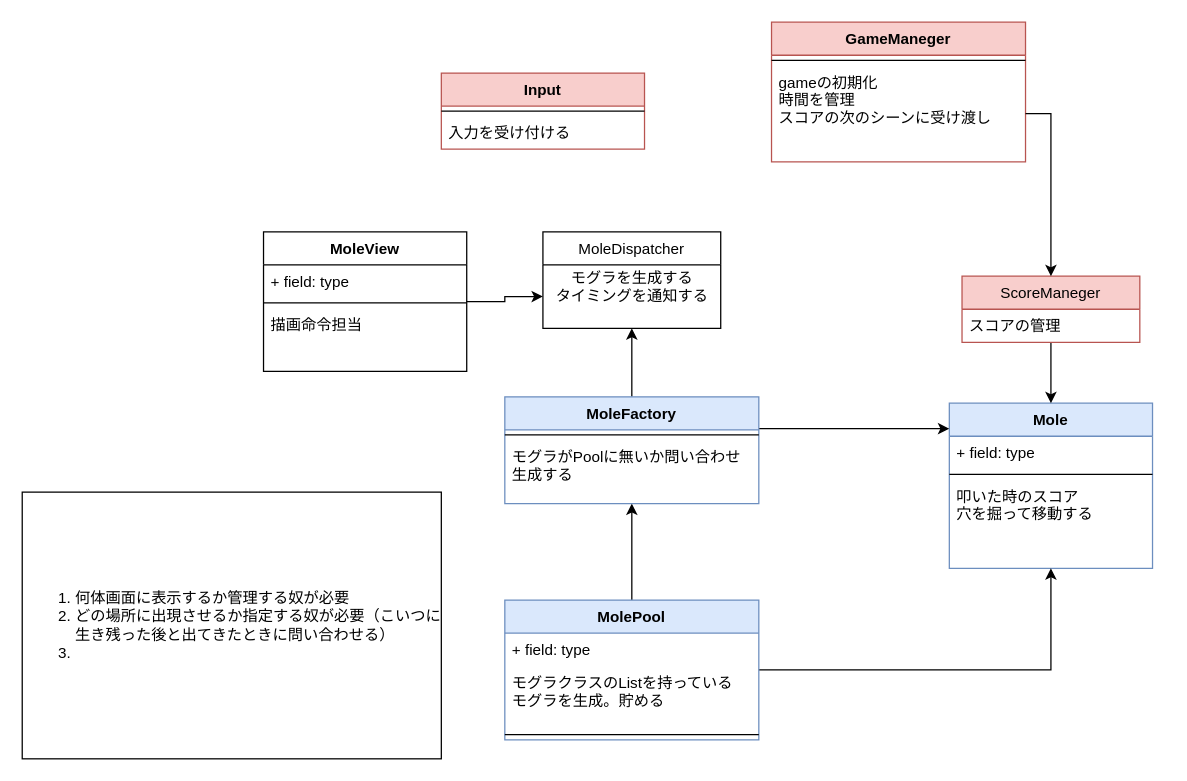
Before: Untitled Diagram.drawio in yanoharuto/Unity1Week, a draw.io diagram. Source tidied: cells renumbered, new cells numbered last; positions are measured from the earlier drawing's top-left corner, leaving out a move shared by most shapes. Both pictures are drawn from the tidied source at 127%, with x=0, y=0 at pixel (22, 22).
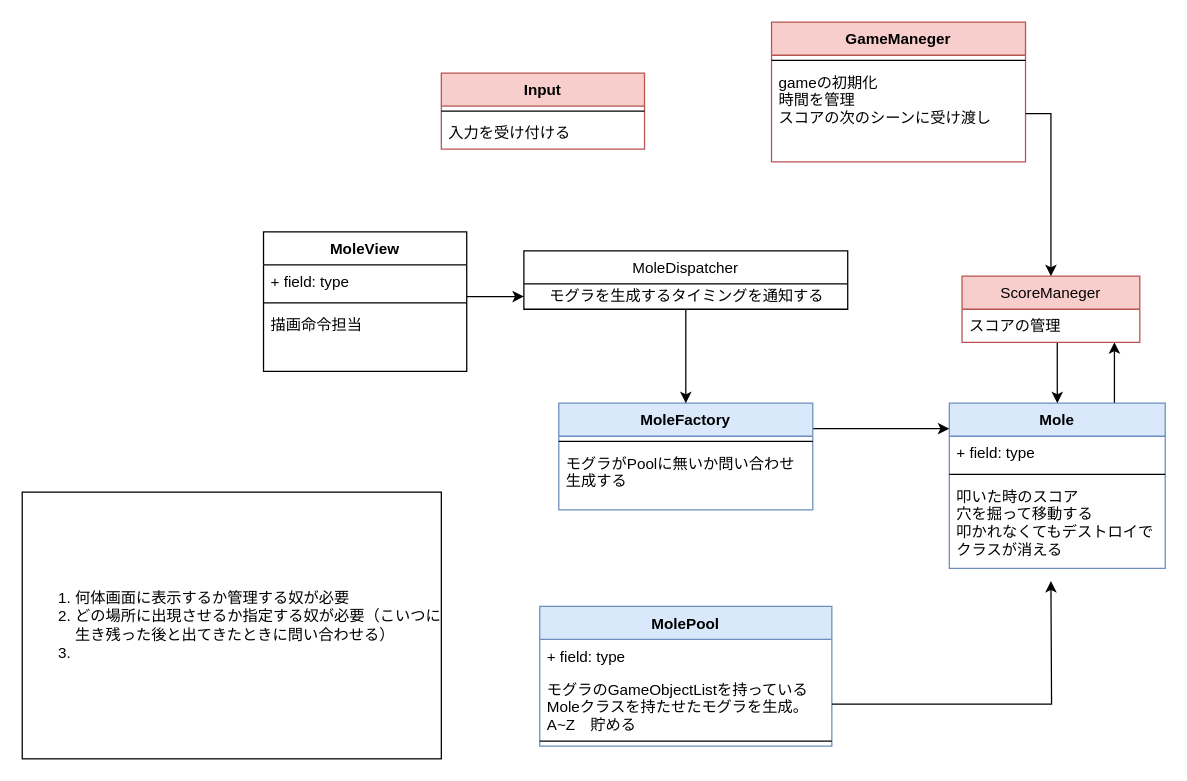
After the change.

The change refers to these unchanged cells:
```xml
<mxCell id="22" value="モグラがPoolに無いか問い合わせ&#10;生成する" style="text;strokeColor=none;fillColor=none;align=left;verticalAlign=top;spacingLeft=4;spacingRight=4;overflow=hidden;points=[[0,0.5],[1,0.5]];portConstraint=eastwest;" parent="20" vertex="1">
  <mxGeometry y="34" width="200" height="50" as="geometry" />
</mxCell>
<mxCell id="24" value="MoleView" style="swimlane;fontStyle=1;align=center;verticalAlign=top;horizontal=1;startSize=26;" parent="1" vertex="1">
  <mxGeometry x="190" y="165" width="160" height="110" as="geometry" />
</mxCell>
<mxCell id="31" value="ScoreManeger" style="swimlane;fontStyle=0;horizontal=1;startSize=26;fillColor=#f8cecc;strokeColor=#b85450;" parent="1" vertex="1">
  <mxGeometry x="740" y="200" width="140" height="52" as="geometry" />
</mxCell>
<mxCell id="32" value="スコアの管理" style="text;strokeColor=none;fillColor=none;align=left;verticalAlign=top;spacingLeft=4;spacingRight=4;overflow=hidden;points=[[0,0.5],[1,0.5]];portConstraint=eastwest;" parent="31" vertex="1">
  <mxGeometry y="26" width="140" height="26" as="geometry" />
</mxCell>
```

Diff of the diagram source:
```diff
@@
+    <mxCell id="35" style="edgeStyle=orthogonalEdgeStyle;rounded=0;jettySize=auto;html=1;" parent="1" edge="1" source="8" target="32">
+      <mxGeometry relative="1" as="geometry">
+        <Array as="points">
+          <mxPoint x="860" y="276" />
+          <mxPoint x="860" y="276" />
+        </Array>
+      </mxGeometry>
+    </mxCell>
     <mxCell id="8" value="Mole" style="swimlane;fontStyle=1;align=center;verticalAlign=top;horizontal=1;startSize=26;fillColor=#dae8fc;strokeColor=#6c8ebf;" parent="1" vertex="1">
-      <mxGeometry x="730" y="300" width="160" height="130" as="geometry" />
+      <mxGeometry x="730" y="300" width="170" height="130" as="geometry" />
     </mxCell>
     <mxCell id="9" value="+ field: type" style="text;strokeColor=none;fillColor=none;align=left;verticalAlign=top;spacingLeft=4;spacingRight=4;overflow=hidden;" parent="8" vertex="1">
-      <mxGeometry y="26" width="160" height="26" as="geometry" />
+      <mxGeometry y="26" width="170" height="26" as="geometry" />
     </mxCell>
     <mxCell id="10" style="line;strokeWidth=1;fillColor=none;align=left;verticalAlign=middle;spacingTop=-1;spacingLeft=3;spacingRight=3;labelPosition=right;" parent="8" vertex="1">
-      <mxGeometry y="52" width="160" height="8" as="geometry" />
+      <mxGeometry y="52" width="170" height="8" as="geometry" />
     </mxCell>
-    <mxCell id="11" value="叩いた時のスコア&#10;穴を掘って移動する" style="text;strokeColor=none;fillColor=none;align=left;verticalAlign=top;spacingLeft=4;spacingRight=4;overflow=hidden;" parent="8" vertex="1">
-      <mxGeometry y="60" width="160" height="70" as="geometry" />
+    <mxCell id="11" value="叩いた時のスコア&#10;穴を掘って移動する&#10;叩かれなくてもデストロイで&#10;クラスが消える" style="text;strokeColor=none;fillColor=none;align=left;verticalAlign=top;spacingLeft=4;spacingRight=4;overflow=hidden;" parent="8" vertex="1">
+      <mxGeometry y="60" width="170" height="70" as="geometry" />
     </mxCell>
-    <mxCell id="12" style="edgeStyle=orthogonalEdgeStyle;rounded=0;jettySize=auto;html=1;entryX=0.5;entryY=1;entryDx=0;entryDy=0;entryPerimeter=0;" parent="1" edge="1" source="14" target="22">
-      <mxGeometry relative="1" as="geometry" />
-    </mxCell>
-    <mxCell id="13" style="edgeStyle=orthogonalEdgeStyle;rounded=0;jettySize=auto;html=1;" parent="1" edge="1" source="14" target="8">
-      <mxGeometry relative="1" as="geometry" />
-    </mxCell>
     <mxCell id="14" value="MolePool" style="swimlane;fontStyle=1;align=center;verticalAlign=top;horizontal=1;startSize=26;fillColor=#dae8fc;strokeColor=#6c8ebf;" parent="1" vertex="1">
-      <mxGeometry x="380" y="455" width="200" height="110" as="geometry" />
+      <mxGeometry x="407.5" y="460" width="230" height="110" as="geometry" />
     </mxCell>
     <mxCell id="15" value="+ field: type" style="text;strokeColor=none;fillColor=none;align=left;verticalAlign=top;spacingLeft=4;spacingRight=4;overflow=hidden;" parent="14" vertex="1">
-      <mxGeometry y="26" width="200" height="26" as="geometry" />
+      <mxGeometry y="26" width="230" height="26" as="geometry" />
     </mxCell>
-    <mxCell id="16" value="モグラクラスのListを持っている&#10;モグラを生成。貯める" style="text;strokeColor=none;fillColor=none;align=left;verticalAlign=top;spacingLeft=4;spacingRight=4;overflow=hidden;points=[[0,0.5],[1,0.5]];portConstraint=eastwest;" parent="14" vertex="1">
-      <mxGeometry y="52" width="200" height="50" as="geometry" />
+    <mxCell id="16" value="モグラのGameObjectListを持っている&#10;Moleクラスを持たせたモグラを生成。&#10;A~Z　貯める" style="text;strokeColor=none;fillColor=none;align=left;verticalAlign=top;spacingLeft=4;spacingRight=4;overflow=hidden;points=[[0,0.5],[1,0.5]];portConstraint=eastwest;" parent="14" vertex="1">
+      <mxGeometry y="52" width="230" height="50" as="geometry" />
     </mxCell>
     <mxCell id="17" style="line;strokeWidth=1;fillColor=none;align=left;verticalAlign=middle;spacingTop=-1;spacingLeft=3;spacingRight=3;labelPosition=right;" parent="14" vertex="1">
-      <mxGeometry y="102" width="200" height="8" as="geometry" />
+      <mxGeometry y="102" width="230" height="8" as="geometry" />
     </mxCell>
-    <mxCell id="18" style="edgeStyle=orthogonalEdgeStyle;rounded=0;jettySize=auto;html=1;" parent="1" edge="1" source="20" target="29">
-      <mxGeometry relative="1" as="geometry">
-        <Array as="points">
-          <mxPoint x="480" y="275" />
-          <mxPoint x="480" y="275" />
-        </Array>
-      </mxGeometry>
-    </mxCell>
@@
     <mxCell id="20" value="MoleFactory" style="swimlane;fontStyle=1;align=center;verticalAlign=top;horizontal=1;startSize=26;fillColor=#dae8fc;strokeColor=#6c8ebf;" parent="1" vertex="1">
-      <mxGeometry x="380" y="295" width="200" height="84" as="geometry" />
+      <mxGeometry x="422.5" y="300" width="200" height="84" as="geometry" />
     </mxCell>
@@
     <mxCell id="23" style="edgeStyle=orthogonalEdgeStyle;rounded=0;jettySize=auto;html=1;" parent="1" edge="1" source="24" target="29">
-      <mxGeometry relative="1" as="geometry" />
+      <mxGeometry relative="1" as="geometry">
+        <Array as="points">
+          <mxPoint x="380" y="216" />
+          <mxPoint x="380" y="216" />
+        </Array>
+      </mxGeometry>
     </mxCell>
@@
     <mxCell id="28" value="MoleDispatcher" style="swimlane;fontStyle=0;horizontal=1;startSize=26;" parent="1" vertex="1">
-      <mxGeometry x="410" y="165" width="140" height="76" as="geometry" />
+      <mxGeometry x="395" y="180" width="255" height="46" as="geometry" />
     </mxCell>
-    <mxCell id="29" value="&lt;span style=&quot;text-align: left&quot;&gt;モグラを生成する&lt;br&gt;タイミングを通知する&lt;br&gt;&lt;br&gt;&lt;/span&gt;" style="text;html=1;align=center;verticalAlign=middle;points=[];strokeColor=none;fillColor=none;" parent="28" vertex="1">
-      <mxGeometry y="26" width="140" height="50" as="geometry" />
+    <mxCell id="29" value="&lt;span style=&quot;text-align: left&quot;&gt;モグラを生成するタイミングを通知する&lt;br&gt;&lt;/span&gt;" style="text;html=1;align=center;verticalAlign=middle;points=[];strokeColor=none;fillColor=none;" parent="28" vertex="1">
+      <mxGeometry y="26" width="255" height="20" as="geometry" />
     </mxCell>
     <mxCell id="30" style="edgeStyle=orthogonalEdgeStyle;rounded=0;jettySize=auto;html=1;entryX=0.5;entryY=0;entryDx=0;entryDy=0;" parent="1" edge="1" source="31" target="8">
-      <mxGeometry relative="1" as="geometry" />
+      <mxGeometry relative="1" as="geometry">
+        <Array as="points">
+          <mxPoint x="815" y="260" />
+          <mxPoint x="815" y="260" />
+        </Array>
+      </mxGeometry>
     </mxCell>
@@
+    <mxCell id="36" style="edgeStyle=orthogonalEdgeStyle;rounded=0;jettySize=auto;html=1;entryX=0.5;entryY=0;entryDx=0;entryDy=0;" parent="1" edge="1" source="29" target="20">
+      <mxGeometry relative="1" as="geometry" />
+    </mxCell>
+    <mxCell id="37" style="edgeStyle=orthogonalEdgeStyle;rounded=0;jettySize=auto;html=1;" parent="1" edge="1" source="16">
+      <mxGeometry relative="1" as="geometry">
+        <mxPoint x="810" y="440" as="targetPoint" />
+      </mxGeometry>
+    </mxCell>
```
